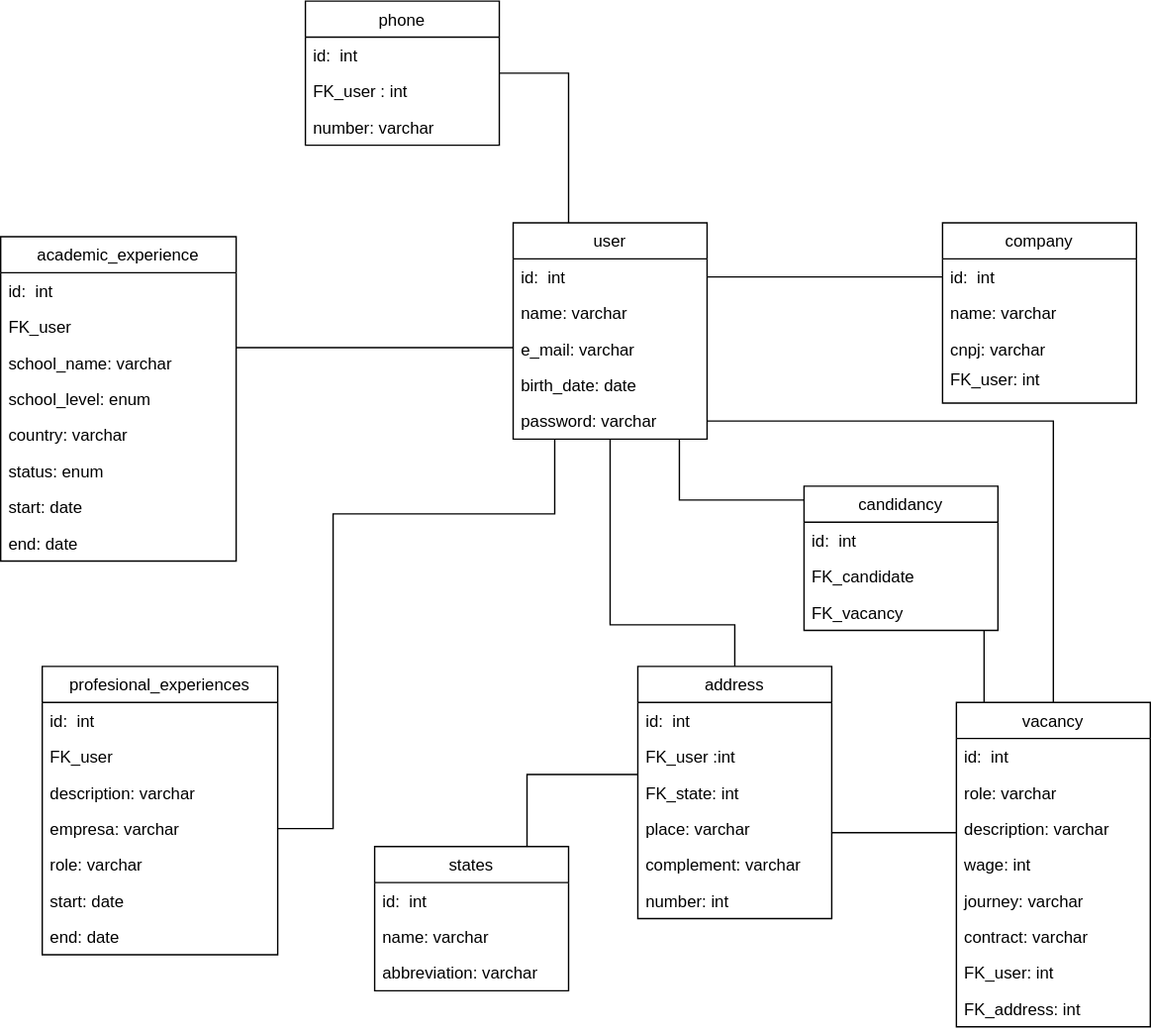
This is vagas/diagramas/entidades.svg from jonnathas/estudo, a draw.io export, as it was before one commit. Source tidied: cells renumbered, new cells last; positions are measured from the earlier drawing's top-left corner, leaving out a move shared by most shapes.
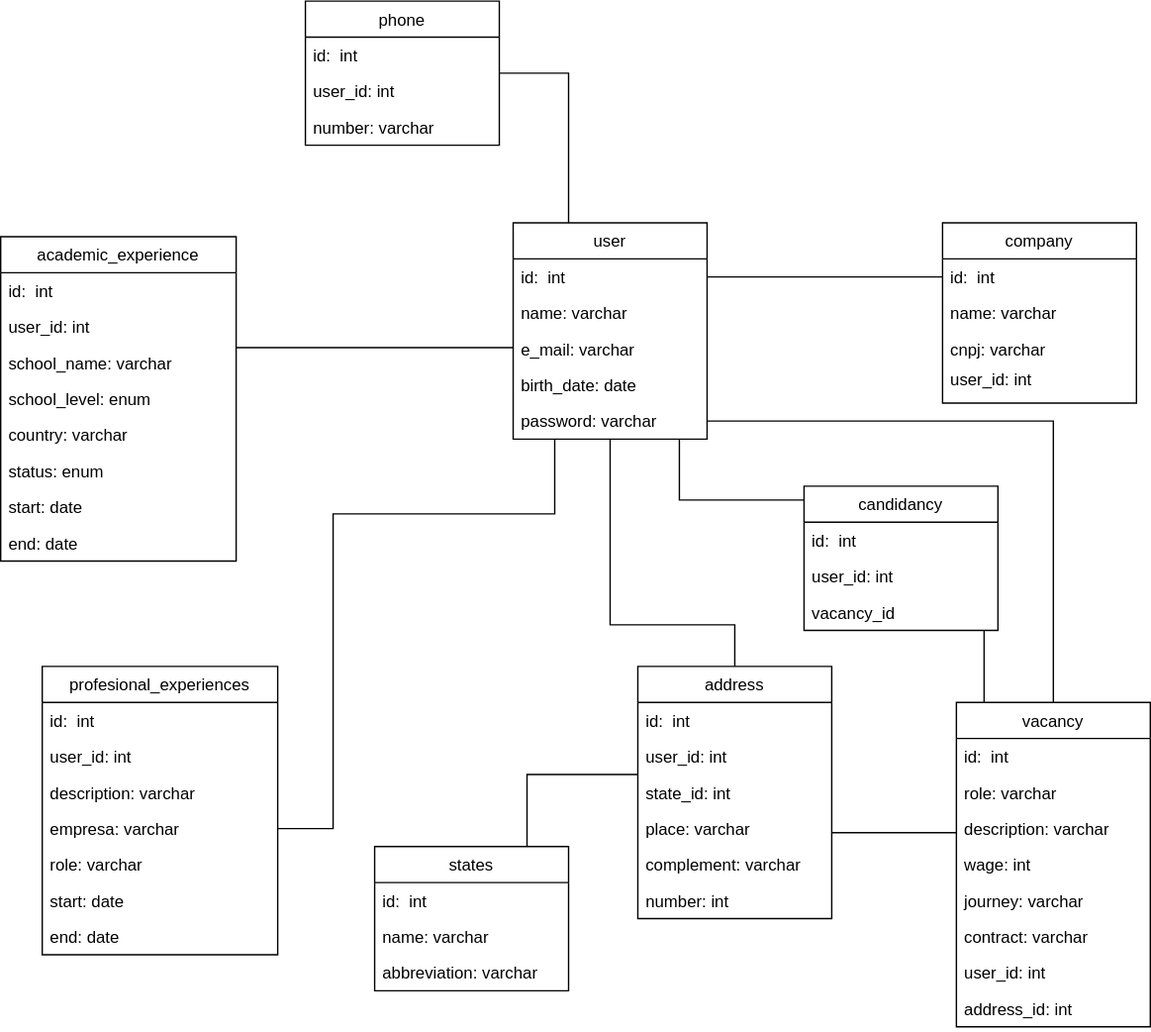
Above is the later version.

Commit message:
Mudando de FK_ para _id

Change to the diagram source:
```diff
@@ -47,7 +47,7 @@
     <mxCell id="13" value="cnpj: varchar" style="text;strokeColor=none;fillColor=none;align=left;verticalAlign=top;spacingLeft=4;spacingRight=4;overflow=hidden;" parent="10" vertex="1">
       <mxGeometry y="78" width="140" height="22" as="geometry" />
     </mxCell>
-    <mxCell id="14" value="FK_user: int" style="text;strokeColor=none;fillColor=none;align=left;verticalAlign=top;spacingLeft=4;spacingRight=4;overflow=hidden;" parent="10" vertex="1">
+    <mxCell id="14" value="user_id: int" style="text;strokeColor=none;fillColor=none;align=left;verticalAlign=top;spacingLeft=4;spacingRight=4;overflow=hidden;" parent="10" vertex="1">
       <mxGeometry y="100" width="140" height="30" as="geometry" />
     </mxCell>
     <mxCell id="15" style="edgeStyle=orthogonalEdgeStyle;rounded=0;jettySize=auto;html=1;entryX=1;entryY=0.5;entryDx=0;entryDy=0;endArrow=none;endFill=0;" parent="1" edge="1" source="11" target="5">
@@ -75,10 +75,10 @@
     <mxCell id="19" value="id:  int" style="text;strokeColor=none;fillColor=none;align=left;verticalAlign=top;spacingLeft=4;spacingRight=4;overflow=hidden;" parent="18" vertex="1">
       <mxGeometry y="26" width="140" height="26" as="geometry" />
     </mxCell>
-    <mxCell id="20" value="FK_user :int" style="text;strokeColor=none;fillColor=none;align=left;verticalAlign=top;spacingLeft=4;spacingRight=4;overflow=hidden;" parent="18" vertex="1">
+    <mxCell id="20" value="user_id: int" style="text;strokeColor=none;fillColor=none;align=left;verticalAlign=top;spacingLeft=4;spacingRight=4;overflow=hidden;" parent="18" vertex="1">
       <mxGeometry y="52" width="140" height="26" as="geometry" />
     </mxCell>
-    <mxCell id="21" value="FK_state: int" style="text;strokeColor=none;fillColor=none;align=left;verticalAlign=top;spacingLeft=4;spacingRight=4;overflow=hidden;" parent="18" vertex="1">
+    <mxCell id="21" value="state_id: int" style="text;strokeColor=none;fillColor=none;align=left;verticalAlign=top;spacingLeft=4;spacingRight=4;overflow=hidden;" parent="18" vertex="1">
       <mxGeometry y="78" width="140" height="26" as="geometry" />
     </mxCell>
     <mxCell id="22" value="place: varchar" style="text;strokeColor=none;fillColor=none;align=left;verticalAlign=top;spacingLeft=4;spacingRight=4;overflow=hidden;" parent="18" vertex="1">
@@ -122,10 +122,10 @@
     <mxCell id="33" value="contract: varchar" style="text;strokeColor=none;fillColor=none;align=left;verticalAlign=top;spacingLeft=4;spacingRight=4;overflow=hidden;" parent="27" vertex="1">
       <mxGeometry y="156" width="140" height="26" as="geometry" />
     </mxCell>
-    <mxCell id="34" value="FK_user: int" style="text;strokeColor=none;fillColor=none;align=left;verticalAlign=top;spacingLeft=4;spacingRight=4;overflow=hidden;" parent="27" vertex="1">
+    <mxCell id="34" value="user_id: int" style="text;strokeColor=none;fillColor=none;align=left;verticalAlign=top;spacingLeft=4;spacingRight=4;overflow=hidden;" parent="27" vertex="1">
       <mxGeometry y="182" width="140" height="26" as="geometry" />
     </mxCell>
-    <mxCell id="35" value="FK_address: int" style="text;strokeColor=none;fillColor=none;align=left;verticalAlign=top;spacingLeft=4;spacingRight=4;overflow=hidden;" parent="27" vertex="1">
+    <mxCell id="35" value="address_id: int" style="text;strokeColor=none;fillColor=none;align=left;verticalAlign=top;spacingLeft=4;spacingRight=4;overflow=hidden;" parent="27" vertex="1">
       <mxGeometry y="208" width="140" height="26" as="geometry" />
     </mxCell>
     <mxCell id="36" value="candidancy" style="swimlane;fontStyle=0;horizontal=1;startSize=26;fillColor=none;" parent="1" vertex="1">
@@ -134,10 +134,10 @@
     <mxCell id="37" value="id:  int" style="text;strokeColor=none;fillColor=none;align=left;verticalAlign=top;spacingLeft=4;spacingRight=4;overflow=hidden;" parent="36" vertex="1">
       <mxGeometry y="26" width="140" height="26" as="geometry" />
     </mxCell>
-    <mxCell id="38" value="FK_candidate" style="text;strokeColor=none;fillColor=none;align=left;verticalAlign=top;spacingLeft=4;spacingRight=4;overflow=hidden;" parent="36" vertex="1">
+    <mxCell id="38" value="user_id: int" style="text;strokeColor=none;fillColor=none;align=left;verticalAlign=top;spacingLeft=4;spacingRight=4;overflow=hidden;" parent="36" vertex="1">
       <mxGeometry y="52" width="140" height="26" as="geometry" />
     </mxCell>
-    <mxCell id="39" value="FK_vacancy" style="text;strokeColor=none;fillColor=none;align=left;verticalAlign=top;spacingLeft=4;spacingRight=4;overflow=hidden;" parent="36" vertex="1">
+    <mxCell id="39" value="vacancy_id" style="text;strokeColor=none;fillColor=none;align=left;verticalAlign=top;spacingLeft=4;spacingRight=4;overflow=hidden;" parent="36" vertex="1">
       <mxGeometry y="78" width="140" height="26" as="geometry" />
     </mxCell>
     <mxCell id="40" value="profesional_experiences" style="swimlane;fontStyle=0;horizontal=1;startSize=26;fillColor=none;" parent="1" vertex="1">
@@ -146,7 +146,7 @@
     <mxCell id="41" value="id:  int" style="text;strokeColor=none;fillColor=none;align=left;verticalAlign=top;spacingLeft=4;spacingRight=4;overflow=hidden;" parent="40" vertex="1">
       <mxGeometry y="26" width="170" height="26" as="geometry" />
     </mxCell>
-    <mxCell id="42" value="FK_user" style="text;strokeColor=none;fillColor=none;align=left;verticalAlign=top;spacingLeft=4;spacingRight=4;overflow=hidden;" parent="40" vertex="1">
+    <mxCell id="42" value="user_id: int" style="text;strokeColor=none;fillColor=none;align=left;verticalAlign=top;spacingLeft=4;spacingRight=4;overflow=hidden;" parent="40" vertex="1">
       <mxGeometry y="52" width="170" height="26" as="geometry" />
     </mxCell>
     <mxCell id="43" value="description: varchar" style="text;strokeColor=none;fillColor=none;align=left;verticalAlign=top;spacingLeft=4;spacingRight=4;overflow=hidden;" parent="40" vertex="1">
@@ -179,7 +179,7 @@
     <mxCell id="50" value="id:  int" style="text;strokeColor=none;fillColor=none;align=left;verticalAlign=top;spacingLeft=4;spacingRight=4;overflow=hidden;" parent="49" vertex="1">
       <mxGeometry y="26" width="170" height="26" as="geometry" />
     </mxCell>
-    <mxCell id="51" value="FK_user" style="text;strokeColor=none;fillColor=none;align=left;verticalAlign=top;spacingLeft=4;spacingRight=4;overflow=hidden;" parent="49" vertex="1">
+    <mxCell id="51" value="user_id: int" style="text;strokeColor=none;fillColor=none;align=left;verticalAlign=top;spacingLeft=4;spacingRight=4;overflow=hidden;" parent="49" vertex="1">
       <mxGeometry y="52" width="170" height="26" as="geometry" />
     </mxCell>
     <mxCell id="52" value="school_name: varchar" style="text;strokeColor=none;fillColor=none;align=left;verticalAlign=top;spacingLeft=4;spacingRight=4;overflow=hidden;" parent="49" vertex="1">
@@ -233,7 +233,7 @@
     <mxCell id="65" value="id:  int" style="text;strokeColor=none;fillColor=none;align=left;verticalAlign=top;spacingLeft=4;spacingRight=4;overflow=hidden;" parent="64" vertex="1">
       <mxGeometry y="26" width="140" height="26" as="geometry" />
     </mxCell>
-    <mxCell id="66" value="FK_user : int" style="text;strokeColor=none;fillColor=none;align=left;verticalAlign=top;spacingLeft=4;spacingRight=4;overflow=hidden;" parent="64" vertex="1">
+    <mxCell id="66" value="user_id: int&#10;" style="text;strokeColor=none;fillColor=none;align=left;verticalAlign=top;spacingLeft=4;spacingRight=4;overflow=hidden;" parent="64" vertex="1">
       <mxGeometry y="52" width="140" height="26" as="geometry" />
     </mxCell>
     <mxCell id="67" value="number: varchar" style="text;strokeColor=none;fillColor=none;align=left;verticalAlign=top;spacingLeft=4;spacingRight=4;overflow=hidden;" parent="64" vertex="1">
```
